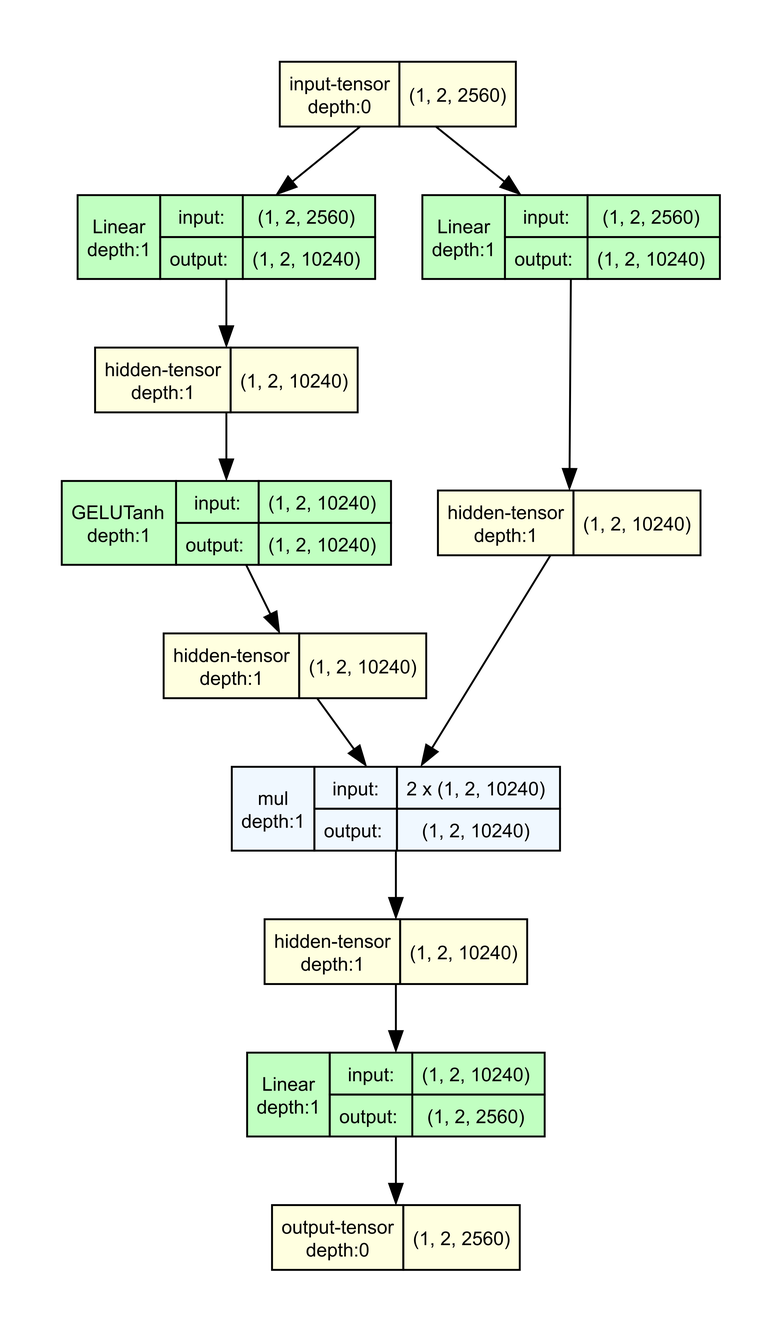
The Graphviz diagram gemma4-on-chip-overview/assets/diagrams/mlp.png in boyangwang1991-design/aixsilicon_blog, before a commit. Its source is kept beside it as gemma4-on-chip-overview/assets/diagrams/mlp.dot.
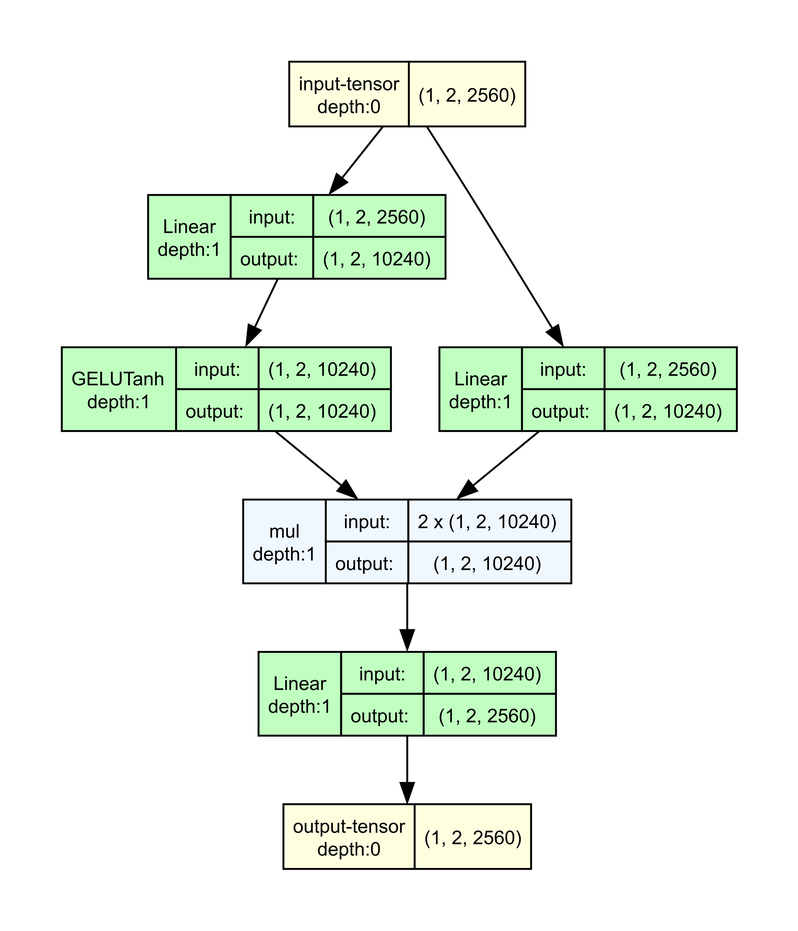
Later version of the same file.

The edit, as a diff of the source:
```diff
@@ -20,11 +20,6 @@
                         <TD COLSPAN="2">(1, 2, 10240) </TD>
                     </TR>
                     </TABLE>> fillcolor=darkseagreen1]
-	2 [label=<
-                    <TABLE BORDER="0" CELLBORDER="1"
-                    CELLSPACING="0" CELLPADDING="4">
-                        <TR><TD>hidden-tensor<BR/>depth:1</TD><TD>(1, 2, 10240)</TD></TR>
-                    </TABLE>> fillcolor=lightyellow]
 	3 [label=<
                     <TABLE BORDER="0" CELLBORDER="1"
                     CELLSPACING="0" CELLPADDING="4">
@@ -38,11 +33,6 @@
                         <TD COLSPAN="2">(1, 2, 10240) </TD>
                     </TR>
                     </TABLE>> fillcolor=darkseagreen1]
-	4 [label=<
-                    <TABLE BORDER="0" CELLBORDER="1"
-                    CELLSPACING="0" CELLPADDING="4">
-                        <TR><TD>hidden-tensor<BR/>depth:1</TD><TD>(1, 2, 10240)</TD></TR>
-                    </TABLE>> fillcolor=lightyellow]
 	5 [label=<
                     <TABLE BORDER="0" CELLBORDER="1"
                     CELLSPACING="0" CELLPADDING="4">
@@ -56,11 +46,6 @@
                         <TD COLSPAN="2">(1, 2, 10240) </TD>
                     </TR>
                     </TABLE>> fillcolor=darkseagreen1]
-	6 [label=<
-                    <TABLE BORDER="0" CELLBORDER="1"
-                    CELLSPACING="0" CELLPADDING="4">
-                        <TR><TD>hidden-tensor<BR/>depth:1</TD><TD>(1, 2, 10240)</TD></TR>
-                    </TABLE>> fillcolor=lightyellow]
 	7 [label=<
                     <TABLE BORDER="0" CELLBORDER="1"
                     CELLSPACING="0" CELLPADDING="4">
@@ -74,11 +59,6 @@
                         <TD COLSPAN="2">(1, 2, 10240) </TD>
                     </TR>
                     </TABLE>> fillcolor=aliceblue]
-	8 [label=<
-                    <TABLE BORDER="0" CELLBORDER="1"
-                    CELLSPACING="0" CELLPADDING="4">
-                        <TR><TD>hidden-tensor<BR/>depth:1</TD><TD>(1, 2, 10240)</TD></TR>
-                    </TABLE>> fillcolor=lightyellow]
 	9 [label=<
                     <TABLE BORDER="0" CELLBORDER="1"
                     CELLSPACING="0" CELLPADDING="4">
@@ -99,13 +79,9 @@
                     </TABLE>> fillcolor=lightyellow]
 	0 -> 1
 	0 -> 5
-	2 -> 3
-	1 -> 2
-	4 -> 7
-	3 -> 4
-	6 -> 7
-	5 -> 6
-	8 -> 9
-	7 -> 8
+	1 -> 3
+	3 -> 7
+	5 -> 7
+	7 -> 9
 	9 -> 10
 }
```
